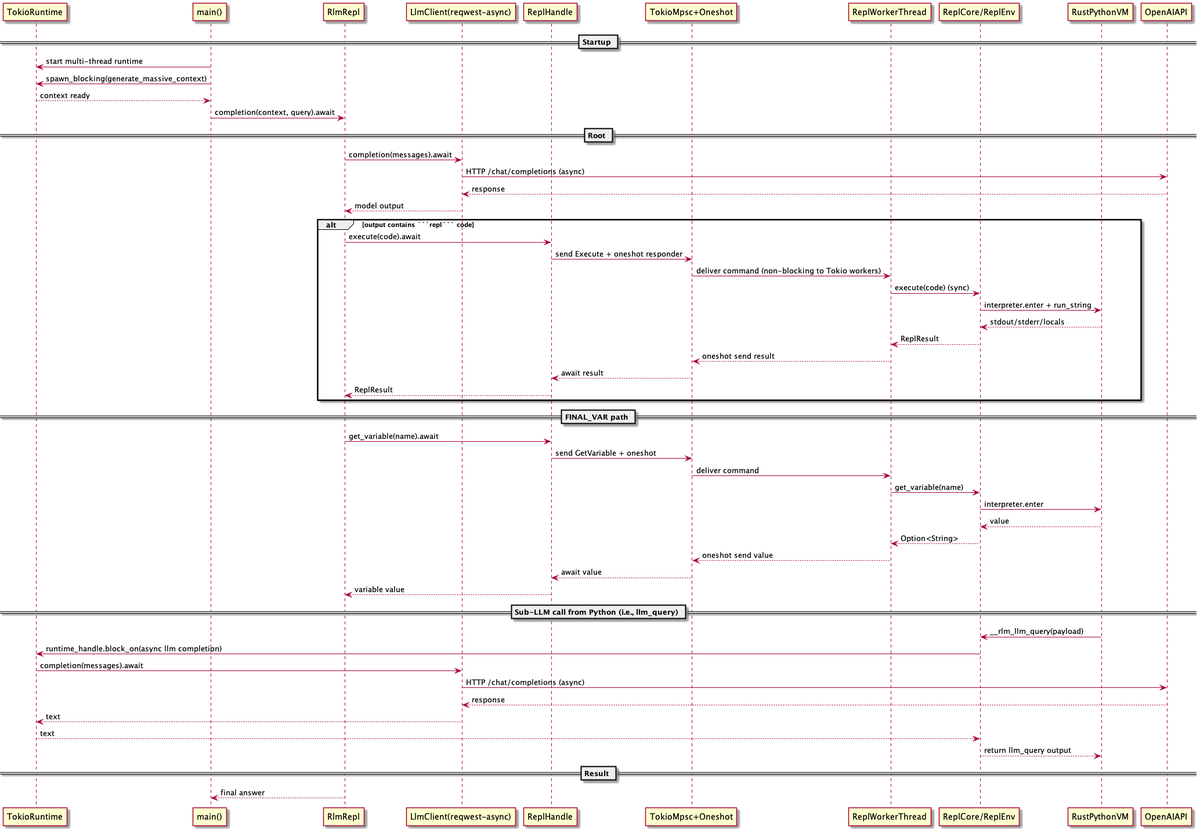
andrewhinh/rlm-rs keeps this PlantUML diagram as assets/async.png. Above is the earlier version. Its diagram source:
````plantuml
@startuml
participant "TokioRuntime" as Tokio
participant "main()" as Main
participant "RlmRepl" as Rlm
participant "LlmClient(reqwest-async)" as Llm
participant "ReplHandle" as Handle
participant "TokioMpsc+Oneshot" as Chan
participant "ReplWorkerThread" as Worker
participant "ReplCore/ReplEnv" as Core
participant "RustPythonVM" as Py
participant "OpenAIAPI" as Api

== Startup ==
Main -> Tokio: start multi-thread runtime
Main -> Tokio: spawn_blocking(generate_massive_context)
Tokio --> Main: context ready
Main -> Rlm: completion(context, query).await

== Root ==
Rlm -> Llm: completion(messages).await
Llm -> Api: HTTP /chat/completions (async)
Api --> Llm: response
Llm --> Rlm: model output

alt output contains ```repl``` code
  Rlm -> Handle: execute(code).await
  Handle -> Chan: send Execute + oneshot responder
  Chan -> Worker: deliver command (non-blocking to Tokio workers)
  Worker -> Core: execute(code) (sync)
  Core -> Py: interpreter.enter + run_string
  Py --> Core: stdout/stderr/locals
  Core --> Worker: ReplResult
  Worker --> Chan: oneshot send result
  Chan --> Handle: await result
  Handle --> Rlm: ReplResult
end

== FINAL_VAR path ==
Rlm -> Handle: get_variable(name).await
Handle -> Chan: send GetVariable + oneshot
Chan -> Worker: deliver command
Worker -> Core: get_variable(name)
Core -> Py: interpreter.enter
Py --> Core: value
Core --> Worker: Option<String>
Worker --> Chan: oneshot send value
Chan --> Handle: await value
Handle --> Rlm: variable value

== Sub-LLM call from Python (i.e., llm_query) ==
Py -> Core: __rlm_llm_query(payload)
Core -> Tokio: runtime_handle.block_on(async llm completion)
Tokio -> Llm: completion(messages).await
Llm -> Api: HTTP /chat/completions (async)
Api --> Llm: response
Llm --> Tokio: text
Tokio --> Core: text
Core --> Py: return llm_query output

== Result ==
Rlm --> Main: final answer

@enduml
````
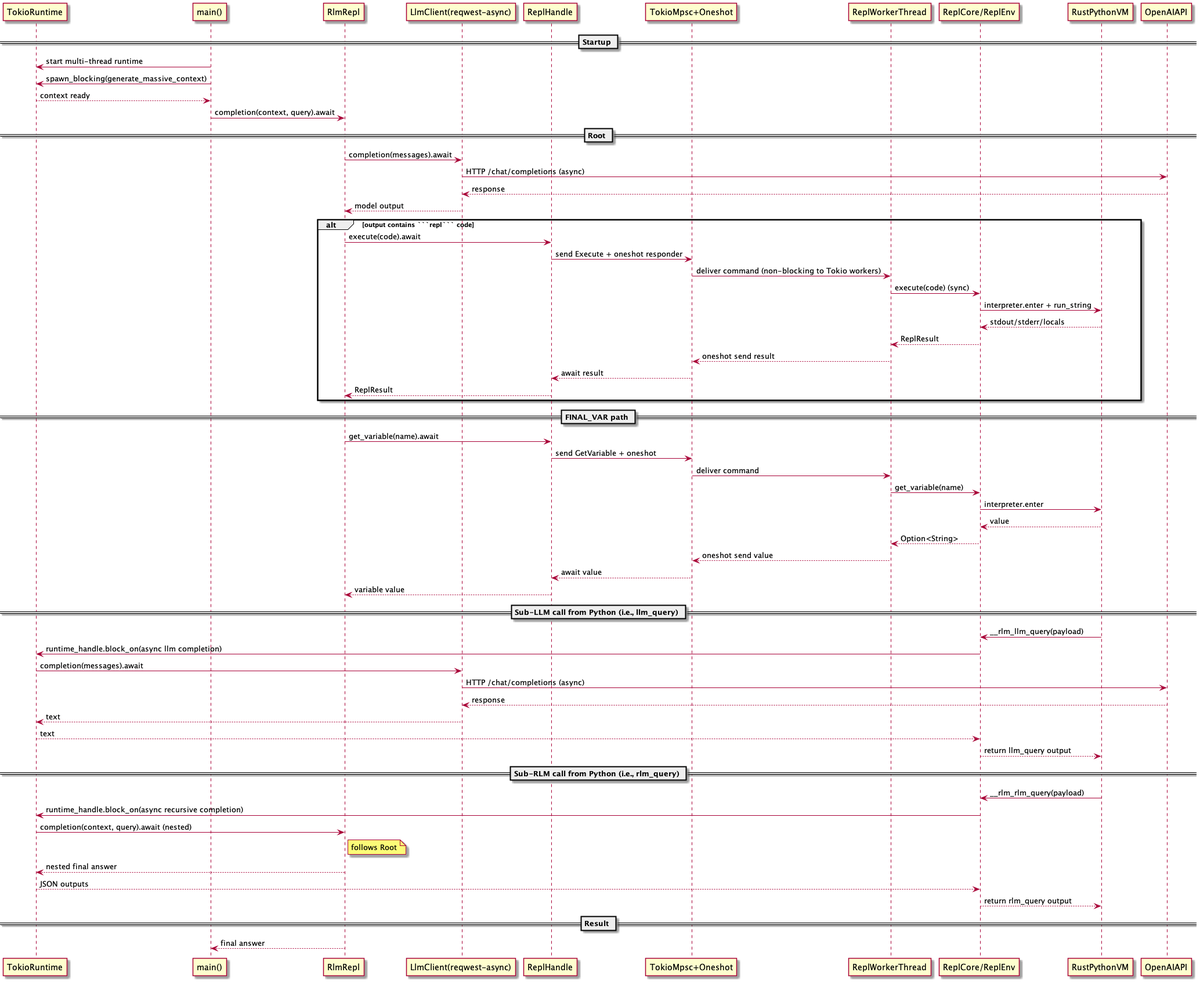
The same file after the commit.

The edit, as a diff of the source:
```diff
@@ -57,6 +57,17 @@
 Tokio --> Core: text
 Core --> Py: return llm_query output
 
+== Sub-RLM call from Python (i.e., rlm_query) ==
+Py -> Core: __rlm_rlm_query(payload)
+Core -> Tokio: runtime_handle.block_on(async recursive completion)
+Tokio -> Rlm: completion(context, query).await (nested)
+note right of Rlm
+  follows Root
+end note
+Rlm --> Tokio: nested final answer
+Tokio --> Core: JSON outputs
+Core --> Py: return rlm_query output
+
 == Result ==
 Rlm --> Main: final answer
 
```
